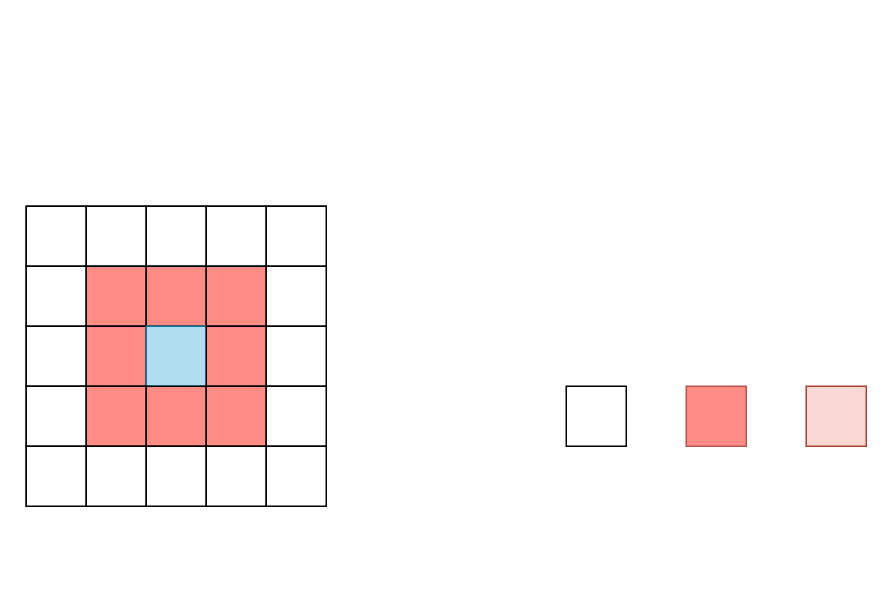
This is 元胞自动机森林火灾模式矩阵.drawio from Creammilky/draw.io, a draw.io file, before an edit. Source tidied: cells renumbered, new cells numbered last; positions are measured from the earlier drawing's top-left corner, leaving out a move shared by most shapes. Both pictures are drawn from the tidied source at 150%, with x=0, y=0 at pixel (26, 206).
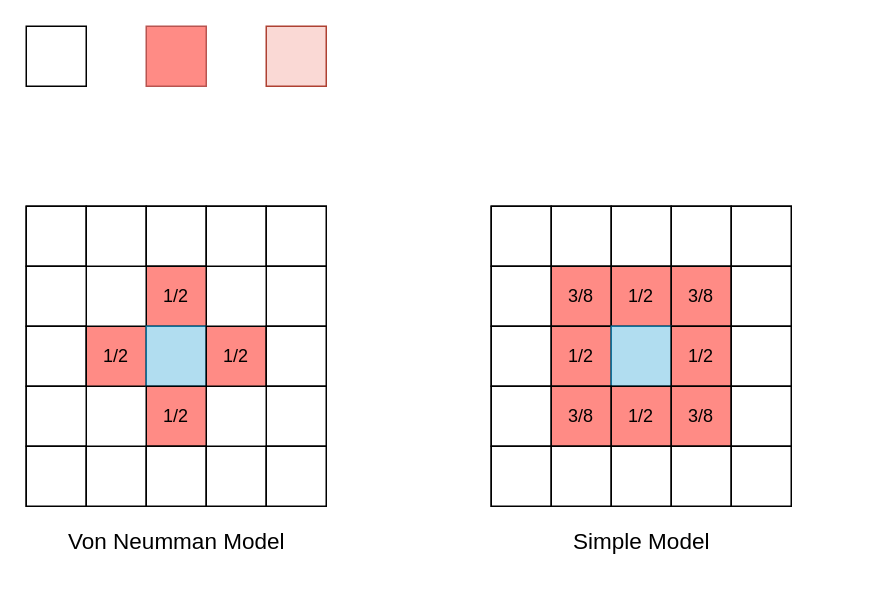
After the change.

Commit message (it also covers changes not shown here):
元胞自动机森林火灾模式矩阵.drawio を更新します

Diff of the diagram source:
```diff
@@
     <mxCell id="3" style="whiteSpace=wrap;html=1;" parent="1" vertex="1">
-      <mxGeometry x="360" y="120" width="40" height="40" as="geometry" />
+      <mxGeometry y="-120" width="40" height="40" as="geometry" />
     </mxCell>
     <mxCell id="4" style="whiteSpace=wrap;html=1;fillColor=#ff8b85;strokeColor=#b85450;" parent="1" vertex="1">
-      <mxGeometry x="440" y="120" width="40" height="40" as="geometry" />
+      <mxGeometry x="80" y="-120" width="40" height="40" as="geometry" />
     </mxCell>
     <mxCell id="5" style="whiteSpace=wrap;html=1;fillColor=#fad9d5;strokeColor=#ae4132;" parent="1" vertex="1">
-      <mxGeometry x="520" y="120" width="40" height="40" as="geometry" />
+      <mxGeometry x="160" y="-120" width="40" height="40" as="geometry" />
     </mxCell>
@@
-    <mxCell id="12" style="whiteSpace=wrap;html=1;fillColor=#ff8b85;" parent="1" vertex="1">
-      <mxGeometry x="40" y="40" width="40" height="40" as="geometry" />
-    </mxCell>
-    <mxCell id="13" style="whiteSpace=wrap;html=1;fillColor=#ff8b85;" parent="1" vertex="1">
+    <mxCell id="13" value="1/2" style="whiteSpace=wrap;html=1;fillColor=#ff8b85;" parent="1" vertex="1">
       <mxGeometry x="80" y="40" width="40" height="40" as="geometry" />
     </mxCell>
-    <mxCell id="14" style="whiteSpace=wrap;html=1;fillColor=#ff8b85;" parent="1" vertex="1">
-      <mxGeometry x="120" y="40" width="40" height="40" as="geometry" />
-    </mxCell>
@@
-    <mxCell id="17" style="whiteSpace=wrap;html=1;fillColor=#ff8b85;" parent="1" vertex="1">
+    <mxCell id="17" value="1/2" style="whiteSpace=wrap;html=1;fillColor=#ff8b85;" parent="1" vertex="1">
       <mxGeometry x="40" y="80" width="40" height="40" as="geometry" />
     </mxCell>
@@
-    <mxCell id="19" style="whiteSpace=wrap;html=1;fillColor=#ff8b85;" parent="1" vertex="1">
+    <mxCell id="19" value="1/2" style="whiteSpace=wrap;html=1;fillColor=#ff8b85;" parent="1" vertex="1">
       <mxGeometry x="120" y="80" width="40" height="40" as="geometry" />
     </mxCell>
@@
-    <mxCell id="22" style="whiteSpace=wrap;html=1;fillColor=#ff8b85;" parent="1" vertex="1">
-      <mxGeometry x="40" y="120" width="40" height="40" as="geometry" />
-    </mxCell>
-    <mxCell id="23" style="whiteSpace=wrap;html=1;fillColor=#ff8b85;" parent="1" vertex="1">
+    <mxCell id="23" value="1/2" style="whiteSpace=wrap;html=1;fillColor=#ff8b85;" parent="1" vertex="1">
       <mxGeometry x="80" y="120" width="40" height="40" as="geometry" />
     </mxCell>
-    <mxCell id="24" style="whiteSpace=wrap;html=1;fillColor=#ff8b85;" parent="1" vertex="1">
-      <mxGeometry x="120" y="120" width="40" height="40" as="geometry" />
-    </mxCell>
@@
+    <mxCell id="31" value="&lt;font style=&quot;font-size: 15px;&quot;&gt;Von Neumman Model&lt;/font&gt;" style="text;html=1;align=center;verticalAlign=middle;strokeColor=none;fillColor=none;" parent="1" vertex="1">
+      <mxGeometry x="15" y="208" width="170" height="30" as="geometry" />
+    </mxCell>
+    <mxCell id="32" style="whiteSpace=wrap;html=1;" parent="1" vertex="1">
+      <mxGeometry x="310" width="200" height="200" as="geometry" />
+    </mxCell>
+    <mxCell id="33" style="whiteSpace=wrap;html=1;" parent="1" vertex="1">
+      <mxGeometry x="310" width="40" height="40" as="geometry" />
+    </mxCell>
+    <mxCell id="34" style="whiteSpace=wrap;html=1;" parent="1" vertex="1">
+      <mxGeometry x="350" width="40" height="40" as="geometry" />
+    </mxCell>
+    <mxCell id="35" style="whiteSpace=wrap;html=1;" parent="1" vertex="1">
+      <mxGeometry x="390" width="40" height="40" as="geometry" />
+    </mxCell>
+    <mxCell id="36" style="whiteSpace=wrap;html=1;" parent="1" vertex="1">
+      <mxGeometry x="430" width="40" height="40" as="geometry" />
+    </mxCell>
+    <mxCell id="37" style="whiteSpace=wrap;html=1;" parent="1" vertex="1">
+      <mxGeometry x="470" width="40" height="40" as="geometry" />
+    </mxCell>
+    <mxCell id="38" style="whiteSpace=wrap;html=1;" parent="1" vertex="1">
+      <mxGeometry x="310" y="40" width="40" height="40" as="geometry" />
+    </mxCell>
+    <mxCell id="39" value="3/8" style="whiteSpace=wrap;html=1;fillColor=#ff8b85;" parent="1" vertex="1">
+      <mxGeometry x="350" y="40" width="40" height="40" as="geometry" />
+    </mxCell>
+    <mxCell id="40" value="1/2" style="whiteSpace=wrap;html=1;fillColor=#ff8b85;" parent="1" vertex="1">
+      <mxGeometry x="390" y="40" width="40" height="40" as="geometry" />
+    </mxCell>
+    <mxCell id="41" value="3/8" style="whiteSpace=wrap;html=1;fillColor=#ff8b85;" parent="1" vertex="1">
+      <mxGeometry x="430" y="40" width="40" height="40" as="geometry" />
+    </mxCell>
+    <mxCell id="42" style="whiteSpace=wrap;html=1;" parent="1" vertex="1">
+      <mxGeometry x="470" y="40" width="40" height="40" as="geometry" />
+    </mxCell>
+    <mxCell id="43" style="whiteSpace=wrap;html=1;" parent="1" vertex="1">
+      <mxGeometry x="310" y="80" width="40" height="40" as="geometry" />
+    </mxCell>
+    <mxCell id="44" value="1/2" style="whiteSpace=wrap;html=1;fillColor=#ff8b85;" parent="1" vertex="1">
+      <mxGeometry x="350" y="80" width="40" height="40" as="geometry" />
+    </mxCell>
+    <mxCell id="45" style="whiteSpace=wrap;html=1;fillColor=#b1ddf0;strokeColor=#10739e;" parent="1" vertex="1">
+      <mxGeometry x="390" y="80" width="40" height="40" as="geometry" />
+    </mxCell>
+    <mxCell id="46" value="1/2" style="whiteSpace=wrap;html=1;fillColor=#ff8b85;" parent="1" vertex="1">
+      <mxGeometry x="430" y="80" width="40" height="40" as="geometry" />
+    </mxCell>
+    <mxCell id="47" style="whiteSpace=wrap;html=1;" parent="1" vertex="1">
+      <mxGeometry x="470" y="80" width="40" height="40" as="geometry" />
+    </mxCell>
+    <mxCell id="48" style="whiteSpace=wrap;html=1;" parent="1" vertex="1">
+      <mxGeometry x="310" y="120" width="40" height="40" as="geometry" />
+    </mxCell>
+    <mxCell id="49" value="3/8" style="whiteSpace=wrap;html=1;fillColor=#ff8b85;" parent="1" vertex="1">
+      <mxGeometry x="350" y="120" width="40" height="40" as="geometry" />
+    </mxCell>
+    <mxCell id="50" value="1/2" style="whiteSpace=wrap;html=1;fillColor=#ff8b85;" parent="1" vertex="1">
+      <mxGeometry x="390" y="120" width="40" height="40" as="geometry" />
+    </mxCell>
+    <mxCell id="51" value="3/8" style="whiteSpace=wrap;html=1;fillColor=#ff8b85;" parent="1" vertex="1">
+      <mxGeometry x="430" y="120" width="40" height="40" as="geometry" />
+    </mxCell>
+    <mxCell id="52" style="whiteSpace=wrap;html=1;" parent="1" vertex="1">
+      <mxGeometry x="470" y="120" width="40" height="40" as="geometry" />
+    </mxCell>
+    <mxCell id="53" style="whiteSpace=wrap;html=1;" parent="1" vertex="1">
+      <mxGeometry x="310" y="160" width="40" height="40" as="geometry" />
+    </mxCell>
+    <mxCell id="54" style="whiteSpace=wrap;html=1;" parent="1" vertex="1">
+      <mxGeometry x="350" y="160" width="40" height="40" as="geometry" />
+    </mxCell>
+    <mxCell id="55" style="whiteSpace=wrap;html=1;" parent="1" vertex="1">
+      <mxGeometry x="390" y="160" width="40" height="40" as="geometry" />
+    </mxCell>
+    <mxCell id="56" style="whiteSpace=wrap;html=1;" parent="1" vertex="1">
+      <mxGeometry x="430" y="160" width="40" height="40" as="geometry" />
+    </mxCell>
+    <mxCell id="57" style="whiteSpace=wrap;html=1;" parent="1" vertex="1">
+      <mxGeometry x="470" y="160" width="40" height="40" as="geometry" />
+    </mxCell>
+    <mxCell id="58" value="&lt;font style=&quot;font-size: 15px;&quot;&gt;Simple Model&lt;/font&gt;" style="text;html=1;align=center;verticalAlign=middle;strokeColor=none;fillColor=none;" parent="1" vertex="1">
+      <mxGeometry x="355" y="208" width="110" height="30" as="geometry" />
+    </mxCell>
```
